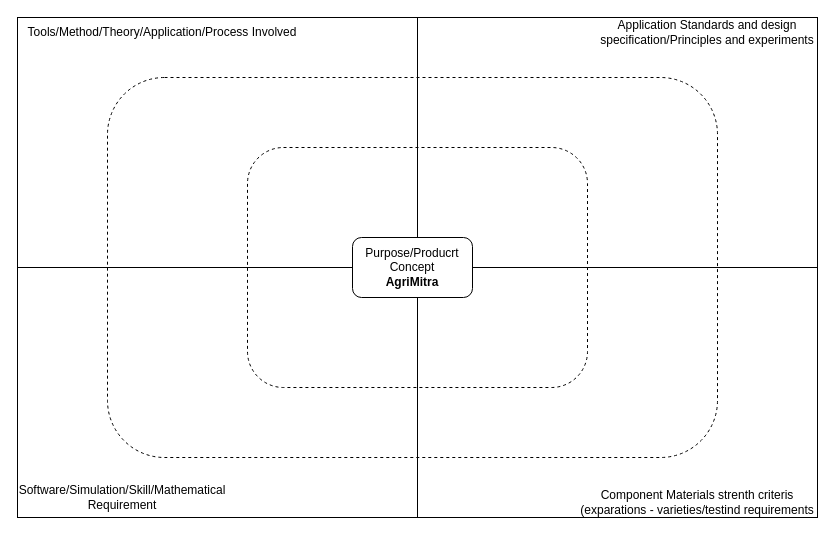
The draw.io diagram SRS/Diagrams/learning need matrix.drawio in harshdamani444-droid/AgriMitra, before the edit. Source tidied: cells renumbered, new cells numbered last; positions are measured from the earlier drawing's top-left corner, leaving out a move shared by most shapes. Both pictures are drawn from the tidied source at 100%, with x=0, y=0 at pixel (17, 17).
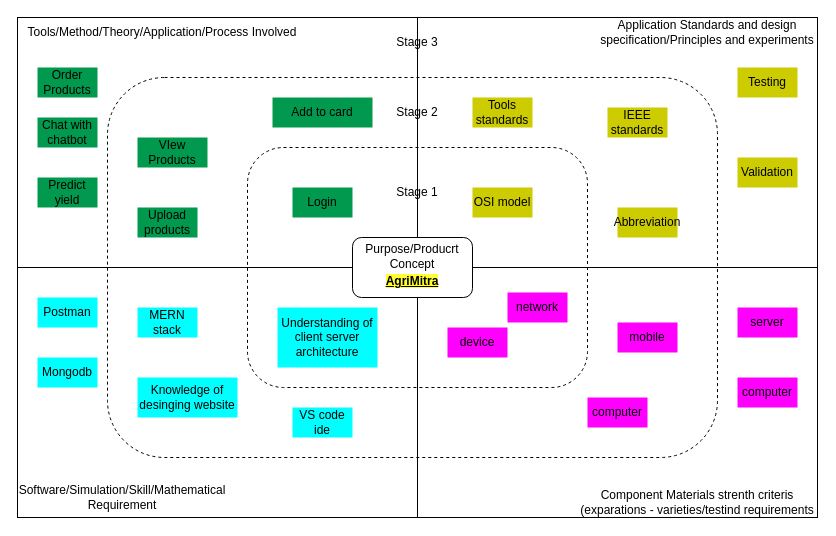
The same diagram, later.

The edit, as a diff of the source:
```diff
@@
-    <mxCell id="8" value="Purpose/Producrt&lt;div&gt;Concept&lt;/div&gt;&lt;div&gt;&lt;b&gt;AgriMitra&lt;/b&gt;&lt;/div&gt;" style="rounded=1;whiteSpace=wrap;html=1;" parent="1" vertex="1">
+    <mxCell id="8" value="Purpose/Producrt&lt;div&gt;Concept&lt;/div&gt;&lt;div&gt;&lt;b style=&quot;background-color: rgb(255, 255, 51); line-height: 180%;&quot;&gt;&lt;u&gt;AgriMitra&lt;/u&gt;&lt;/b&gt;&lt;/div&gt;" style="rounded=1;whiteSpace=wrap;html=1;" parent="1" vertex="1">
       <mxGeometry x="335" y="220" width="120" height="60" as="geometry" />
     </mxCell>
@@
+    <mxCell id="13" value="Login" style="text;html=1;align=center;verticalAlign=middle;whiteSpace=wrap;rounded=0;fillColor=#00994D;" parent="1" vertex="1">
+      <mxGeometry x="275" y="170" width="60" height="30" as="geometry" />
+    </mxCell>
+    <mxCell id="14" value="Add to card" style="text;html=1;align=center;verticalAlign=middle;whiteSpace=wrap;rounded=0;fillColor=#00994D;" parent="1" vertex="1">
+      <mxGeometry x="255" y="80" width="100" height="30" as="geometry" />
+    </mxCell>
+    <mxCell id="15" value="VIew Products" style="text;html=1;align=center;verticalAlign=middle;whiteSpace=wrap;rounded=0;fillColor=light-dark(#00994d, #ededed);" parent="1" vertex="1">
+      <mxGeometry x="120" y="120" width="70" height="30" as="geometry" />
+    </mxCell>
+    <mxCell id="16" value="Upload products" style="text;html=1;align=center;verticalAlign=middle;whiteSpace=wrap;rounded=0;fillColor=light-dark(#00994d, #ededed);fillStyle=auto;" parent="1" vertex="1">
+      <mxGeometry x="120" y="190" width="60" height="30" as="geometry" />
+    </mxCell>
+    <mxCell id="17" value="Order Products" style="text;html=1;align=center;verticalAlign=middle;whiteSpace=wrap;rounded=0;fillColor=#00994D;" parent="1" vertex="1">
+      <mxGeometry x="20" y="50" width="60" height="30" as="geometry" />
+    </mxCell>
+    <mxCell id="18" value="Chat with chatbot" style="text;html=1;align=center;verticalAlign=middle;whiteSpace=wrap;rounded=0;fillColor=#00994D;" parent="1" vertex="1">
+      <mxGeometry x="20" y="100" width="60" height="30" as="geometry" />
+    </mxCell>
+    <mxCell id="19" value="Predict yield" style="text;html=1;align=center;verticalAlign=middle;whiteSpace=wrap;rounded=0;fillColor=#00994D;" parent="1" vertex="1">
+      <mxGeometry x="20" y="160" width="60" height="30" as="geometry" />
+    </mxCell>
+    <mxCell id="20" value="Stage 1" style="text;html=1;align=center;verticalAlign=middle;whiteSpace=wrap;rounded=0;" parent="1" vertex="1">
+      <mxGeometry x="370" y="160" width="60" height="30" as="geometry" />
+    </mxCell>
+    <mxCell id="21" value="Stage 2" style="text;html=1;align=center;verticalAlign=middle;whiteSpace=wrap;rounded=0;" parent="1" vertex="1">
+      <mxGeometry x="370" y="80" width="60" height="30" as="geometry" />
+    </mxCell>
+    <mxCell id="22" value="Stage 3" style="text;html=1;align=center;verticalAlign=middle;whiteSpace=wrap;rounded=0;" parent="1" vertex="1">
+      <mxGeometry x="370" y="10" width="60" height="30" as="geometry" />
+    </mxCell>
+    <mxCell id="23" value="OSI model" style="text;html=1;align=center;verticalAlign=middle;whiteSpace=wrap;rounded=0;fillColor=#CCCC00;" parent="1" vertex="1">
+      <mxGeometry x="455" y="170" width="60" height="30" as="geometry" />
+    </mxCell>
+    <mxCell id="24" value="Abbreviation" style="text;html=1;align=center;verticalAlign=middle;whiteSpace=wrap;rounded=0;fillColor=#CCCC00;" parent="1" vertex="1">
+      <mxGeometry x="600" y="190" width="60" height="30" as="geometry" />
+    </mxCell>
+    <mxCell id="25" value="IEEE standards" style="text;html=1;align=center;verticalAlign=middle;whiteSpace=wrap;rounded=0;fillColor=#CCCC00;" parent="1" vertex="1">
+      <mxGeometry x="590" y="90" width="60" height="30" as="geometry" />
+    </mxCell>
+    <mxCell id="26" value="Tools standards" style="text;html=1;align=center;verticalAlign=middle;whiteSpace=wrap;rounded=0;fillColor=#CCCC00;" parent="1" vertex="1">
+      <mxGeometry x="455" y="80" width="60" height="30" as="geometry" />
+    </mxCell>
+    <mxCell id="27" value="Testing" style="text;html=1;align=center;verticalAlign=middle;whiteSpace=wrap;rounded=0;fillColor=#CCCC00;" parent="1" vertex="1">
+      <mxGeometry x="720" y="50" width="60" height="30" as="geometry" />
+    </mxCell>
+    <mxCell id="28" value="Validation" style="text;html=1;align=center;verticalAlign=middle;whiteSpace=wrap;rounded=0;fillColor=#CCCC00;" parent="1" vertex="1">
+      <mxGeometry x="720" y="140" width="60" height="30" as="geometry" />
+    </mxCell>
+    <mxCell id="29" value="Understanding of client server architecture" style="text;html=1;align=center;verticalAlign=middle;whiteSpace=wrap;rounded=0;fillColor=#00FFFF;" parent="1" vertex="1">
+      <mxGeometry x="260" y="290" width="100" height="60" as="geometry" />
+    </mxCell>
+    <mxCell id="30" value="MERN stack" style="text;html=1;align=center;verticalAlign=middle;whiteSpace=wrap;rounded=0;fillColor=#00FFFF;" parent="1" vertex="1">
+      <mxGeometry x="120" y="290" width="60" height="30" as="geometry" />
+    </mxCell>
+    <mxCell id="31" value="Knowledge of desinging website" style="text;html=1;align=center;verticalAlign=middle;whiteSpace=wrap;rounded=0;fillColor=#00FFFF;" parent="1" vertex="1">
+      <mxGeometry x="120" y="360" width="100" height="40" as="geometry" />
+    </mxCell>
+    <mxCell id="32" value="VS code ide" style="text;html=1;align=center;verticalAlign=middle;whiteSpace=wrap;rounded=0;fillColor=#00FFFF;" parent="1" vertex="1">
+      <mxGeometry x="275" y="390" width="60" height="30" as="geometry" />
+    </mxCell>
+    <mxCell id="33" value="Postman" style="text;html=1;align=center;verticalAlign=middle;whiteSpace=wrap;rounded=0;fillColor=#00FFFF;" parent="1" vertex="1">
+      <mxGeometry x="20" y="280" width="60" height="30" as="geometry" />
+    </mxCell>
+    <mxCell id="34" value="Mongodb" style="text;html=1;align=center;verticalAlign=middle;whiteSpace=wrap;rounded=0;fillColor=#00FFFF;" parent="1" vertex="1">
+      <mxGeometry x="20" y="340" width="60" height="30" as="geometry" />
+    </mxCell>
+    <mxCell id="35" value="network" style="text;html=1;align=center;verticalAlign=middle;whiteSpace=wrap;rounded=0;fillColor=#FF00FF;" parent="1" vertex="1">
+      <mxGeometry x="490" y="275" width="60" height="30" as="geometry" />
+    </mxCell>
+    <mxCell id="36" value="device" style="text;html=1;align=center;verticalAlign=middle;whiteSpace=wrap;rounded=0;fillColor=#FF00FF;" parent="1" vertex="1">
+      <mxGeometry x="430" y="310" width="60" height="30" as="geometry" />
+    </mxCell>
+    <mxCell id="37" value="mobile" style="text;html=1;align=center;verticalAlign=middle;whiteSpace=wrap;rounded=0;fillColor=#FF00FF;" parent="1" vertex="1">
+      <mxGeometry x="600" y="305" width="60" height="30" as="geometry" />
+    </mxCell>
+    <mxCell id="38" value="computer" style="text;html=1;align=center;verticalAlign=middle;whiteSpace=wrap;rounded=0;fillColor=#FF00FF;" parent="1" vertex="1">
+      <mxGeometry x="570" y="380" width="60" height="30" as="geometry" />
+    </mxCell>
+    <mxCell id="39" value="server" style="text;html=1;align=center;verticalAlign=middle;whiteSpace=wrap;rounded=0;fillColor=#FF00FF;" parent="1" vertex="1">
+      <mxGeometry x="720" y="290" width="60" height="30" as="geometry" />
+    </mxCell>
+    <mxCell id="40" value="computer" style="text;html=1;align=center;verticalAlign=middle;whiteSpace=wrap;rounded=0;fillColor=#FF00FF;" parent="1" vertex="1">
+      <mxGeometry x="720" y="360" width="60" height="30" as="geometry" />
+    </mxCell>
```
